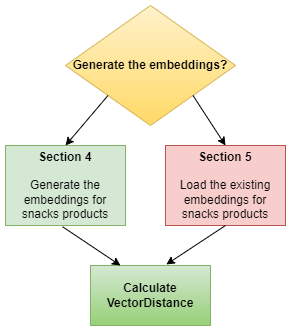
Earlier version of the draw.io export UseCases/Recommendations_product_search/images/decision_emb_gen.png (Teradata/jupyter-demos). Source tidied: cells renumbered, new cells last; positions are measured from the earlier drawing's top-left corner, leaving out a move shared by most shapes.
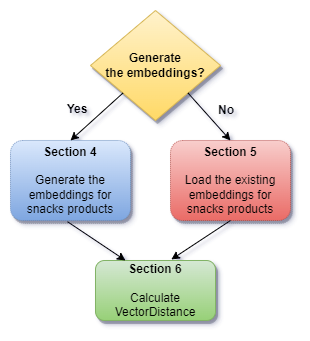
After the change.

Commit message:
product recommendations using opensource model: updated emg_gen image

What changed in the source:
```diff
@@ -1,14 +1,14 @@
-<mxGraphModel>
+<mxGraphModel shadow="1">
   <root>
     <mxCell id="0" />
     <mxCell id="1" parent="0" />
-    <mxCell id="2" value="&lt;b&gt;Generate the embeddings?&lt;/b&gt;" style="rhombus;whiteSpace=wrap;html=1;fillColor=#fff2cc;strokeColor=#d6b656;gradientColor=#ffd966;" parent="1" vertex="1">
-      <mxGeometry x="60" width="170" height="120" as="geometry" />
+    <mxCell id="2" value="&lt;b&gt;Generate &lt;br&gt;the embeddings?&lt;/b&gt;" style="rhombus;whiteSpace=wrap;html=1;fillColor=#fff2cc;strokeColor=#d6b656;gradientColor=#ffd966;rounded=0;shadow=1;" parent="1" vertex="1">
+      <mxGeometry x="80" y="10" width="130" height="110" as="geometry" />
     </mxCell>
-    <mxCell id="3" value="&lt;b&gt;Section 4&lt;br&gt;&lt;/b&gt;&lt;br&gt;Generate the embeddings for snacks products" style="rounded=0;whiteSpace=wrap;html=1;fillColor=#d5e8d4;strokeColor=#82b366;" parent="1" vertex="1">
+    <mxCell id="3" value="&lt;b&gt;Section 4&lt;br&gt;&lt;/b&gt;&lt;br&gt;Generate the embeddings for snacks products" style="rounded=1;whiteSpace=wrap;html=1;fillColor=#dae8fc;strokeColor=#6c8ebf;gradientColor=#7ea6e0;dashed=1;dashPattern=1 1;shadow=1;" parent="1" vertex="1">
       <mxGeometry y="140" width="120" height="80" as="geometry" />
     </mxCell>
-    <mxCell id="4" value="&lt;b&gt;Section 5&lt;br&gt;&lt;/b&gt;&lt;br&gt;Load the existing embeddings for snacks products" style="rounded=0;whiteSpace=wrap;html=1;fillColor=#f8cecc;strokeColor=#b85450;" parent="1" vertex="1">
+    <mxCell id="4" value="&lt;b&gt;Section 5&lt;br&gt;&lt;/b&gt;&lt;br&gt;Load the existing embeddings for snacks products" style="rounded=1;whiteSpace=wrap;html=1;fillColor=#f8cecc;strokeColor=#b85450;gradientColor=#ea6b66;dashed=1;dashPattern=1 1;glass=0;shadow=1;" parent="1" vertex="1">
       <mxGeometry x="160" y="140" width="120" height="80" as="geometry" />
     </mxCell>
     <mxCell id="5" style="endArrow=classic;html=1;rounded=0;exitX=0;exitY=1;exitDx=0;exitDy=0;entryX=0.5;entryY=0;entryDx=0;entryDy=0;" parent="1" edge="1" source="2" target="3">
@@ -17,7 +17,7 @@
     <mxCell id="6" style="endArrow=classic;html=1;rounded=0;exitX=1;exitY=1;exitDx=0;exitDy=0;entryX=0.5;entryY=0;entryDx=0;entryDy=0;" parent="1" edge="1" source="2" target="4">
       <mxGeometry relative="1" as="geometry" />
     </mxCell>
-    <mxCell id="7" value="&lt;b&gt;Calculate VectorDistance&lt;/b&gt;" style="rounded=0;whiteSpace=wrap;html=1;fillColor=#d5e8d4;strokeColor=#82b366;gradientColor=#97d077;" parent="1" vertex="1">
+    <mxCell id="7" value="&lt;b&gt;Section 6&lt;br&gt;&lt;/b&gt;&lt;br&gt;Calculate VectorDistance" style="rounded=1;whiteSpace=wrap;html=1;fillColor=#d5e8d4;strokeColor=#82b366;gradientColor=#97d077;shadow=1;" parent="1" vertex="1">
       <mxGeometry x="85" y="260" width="120" height="60" as="geometry" />
     </mxCell>
     <mxCell id="8" style="endArrow=classic;html=1;rounded=0;exitX=0.475;exitY=1.015;exitDx=0;exitDy=0;exitPerimeter=0;entryX=0.25;entryY=0;entryDx=0;entryDy=0;" parent="1" edge="1" source="3" target="7">
@@ -26,5 +26,11 @@
     <mxCell id="9" style="endArrow=classic;html=1;rounded=0;exitX=0.5;exitY=1;exitDx=0;exitDy=0;entryX=0.632;entryY=-0.017;entryDx=0;entryDy=0;entryPerimeter=0;" parent="1" edge="1" source="4" target="7">
       <mxGeometry relative="1" as="geometry" />
     </mxCell>
+    <mxCell id="10" value="&lt;b&gt;Yes&lt;/b&gt;" style="text;html=1;strokeColor=none;fillColor=none;align=center;verticalAlign=middle;whiteSpace=wrap;rounded=0;" parent="1" vertex="1">
+      <mxGeometry x="37" y="94" width="60" height="30" as="geometry" />
+    </mxCell>
+    <mxCell id="11" value="&lt;b&gt;No&lt;/b&gt;" style="text;html=1;strokeColor=none;fillColor=none;align=center;verticalAlign=middle;whiteSpace=wrap;rounded=0;" parent="1" vertex="1">
+      <mxGeometry x="186" y="95" width="60" height="30" as="geometry" />
+    </mxCell>
   </root>
 </mxGraphModel>
```
